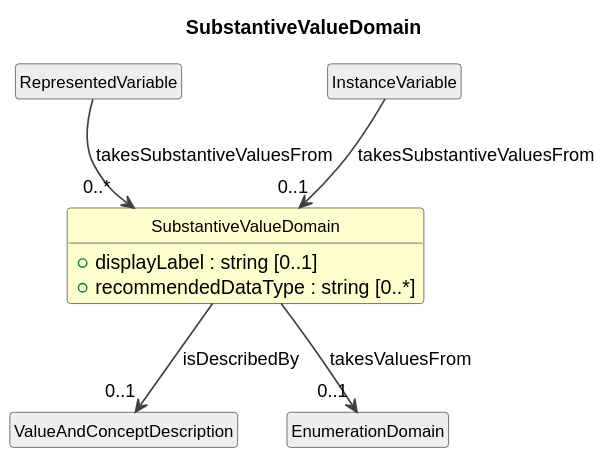
The PlantUML diagram cdif-uml-model/DataDescriptionWithStructure/Classes/SubstantiveValueDomain.svg in Cross-Domain-Interoperability-Framework/metadataBuildingBlocks, before a commit.
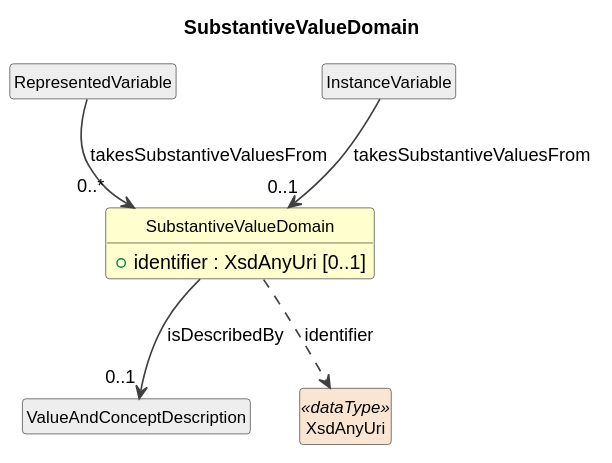
The same diagram one commit later.

The edit, as a diff of the source:
```diff
@@ -11,8 +11,7 @@
 }
 
 class "SubstantiveValueDomain" as SubstantiveValueDomain #FEFECE {
-  +displayLabel : string [0..1]
-  +recommendedDataType : string [0..*]
+  +identifier : XsdAnyUri [0..1]
 }
 class "RepresentedVariable" as RepresentedVariable #EEEEEE
 RepresentedVariable --> "0..*" SubstantiveValueDomain : takesSubstantiveValuesFrom
@@ -20,6 +19,6 @@
 InstanceVariable --> "0..1" SubstantiveValueDomain : takesSubstantiveValuesFrom
 class "ValueAndConceptDescription" as ValueAndConceptDescription #EEEEEE
 SubstantiveValueDomain --> "0..1" ValueAndConceptDescription : isDescribedBy
-class "EnumerationDomain" as EnumerationDomain #EEEEEE
-SubstantiveValueDomain --> "0..1" EnumerationDomain : takesValuesFrom
+class "XsdAnyUri" as XsdAnyUri <<dataType>> #FAE5D3
+SubstantiveValueDomain ..> XsdAnyUri : identifier
 @enduml
```
